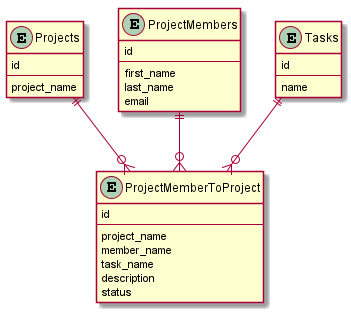
This is docs/database_structure.png from Ellaoui94/pgr203eksamen-eirik124, a PlantUML export, as it was before one commit. Source of this version:
```plantuml
@startuml
entity Projects {
    id
    --
    project_name
}

entity ProjectMembers {
    id
    --
    first_name
    last_name
    email
}

entity Tasks {
    id
    --
    name
}

entity ProjectMemberToProject {
    id
    --
    project_name
    member_name
    task_name
    description
    status
}

Projects ||--o{ ProjectMemberToProject
ProjectMembers ||--o{ ProjectMemberToProject
Tasks ||--o{ ProjectMemberToProject
@enduml
```
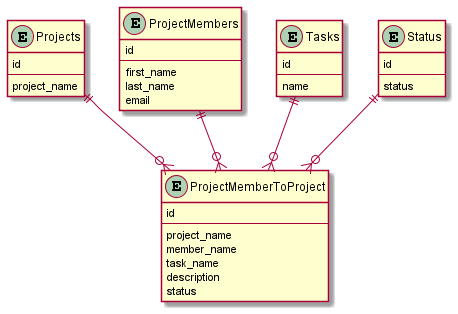
The same diagram one commit later.

What changed in the source:
```diff
@@ -29,7 +29,14 @@
     status
 }
 
+entity Status {
+    id
+    --
+    status
+}
+
 Projects ||--o{ ProjectMemberToProject
 ProjectMembers ||--o{ ProjectMemberToProject
 Tasks ||--o{ ProjectMemberToProject
+Status ||--o{ ProjectMemberToProject
 @enduml
```
